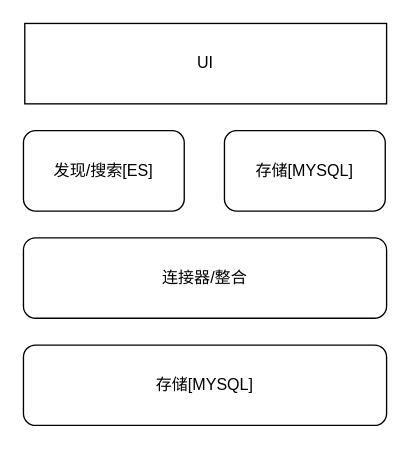
zhangle231/iBlog keeps this draw.io diagram as test.drawio. Above is the earlier version. Source tidied: cells renumbered, new cells numbered last; positions are measured from the earlier drawing's top-left corner, leaving out a move shared by most shapes. Both pictures are drawn from the tidied source at 134%, with x=0, y=0 at pixel (23, 23).
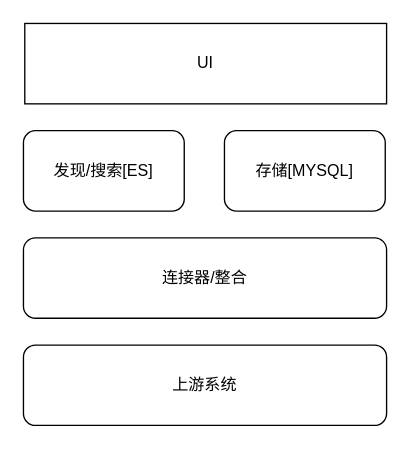
After the change.

Change to the diagram source:
```diff
@@
 <mxGraphModel>
   <root>
     <mxCell id="0" />
     <mxCell id="1" parent="0" />
     <mxCell id="2" value="UI" style="rounded=0;whiteSpace=wrap;html=1;" parent="1" vertex="1">
       <mxGeometry x="1" width="270" height="60" as="geometry" />
     </mxCell>
     <mxCell id="3" value="发现/搜索[ES]" style="rounded=1;whiteSpace=wrap;html=1;" parent="1" vertex="1">
       <mxGeometry y="80" width="120" height="60" as="geometry" />
     </mxCell>
     <mxCell id="4" value="存储[&lt;span style=&quot;background-color: initial;&quot;&gt;MYSQL]&lt;/span&gt;" style="rounded=1;whiteSpace=wrap;html=1;" parent="1" vertex="1">
       <mxGeometry x="150" y="80" width="120" height="60" as="geometry" />
     </mxCell>
     <mxCell id="5" value="连接器/整合" style="rounded=1;whiteSpace=wrap;html=1;" parent="1" vertex="1">
       <mxGeometry y="160" width="271" height="60" as="geometry" />
     </mxCell>
-    <mxCell id="6" value="存储[&lt;span style=&quot;background-color: initial;&quot;&gt;MYSQL]&lt;/span&gt;" style="rounded=1;whiteSpace=wrap;html=1;" parent="1" vertex="1">
+    <mxCell id="6" value="上游系统" style="rounded=1;whiteSpace=wrap;html=1;" parent="1" vertex="1">
       <mxGeometry y="240" width="271" height="60" as="geometry" />
     </mxCell>
   </root>
 </mxGraphModel>
```
